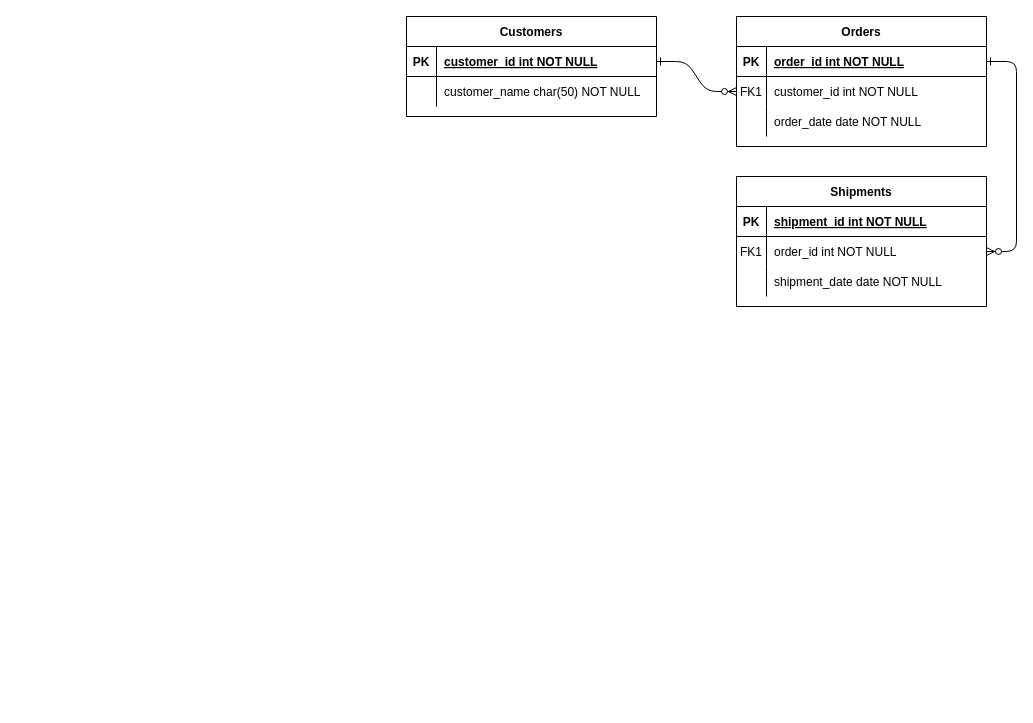
Earlier version of the draw.io diagram FeoeMaker.drawio (nachoProfesor/feoeMaker). Source tidied: cells renumbered, new cells numbered last; positions are measured from the earlier drawing's top-left corner, leaving out a move shared by most shapes. Both pictures are drawn from the tidied source at 100%, with x=0, y=0 at pixel (406, 16).
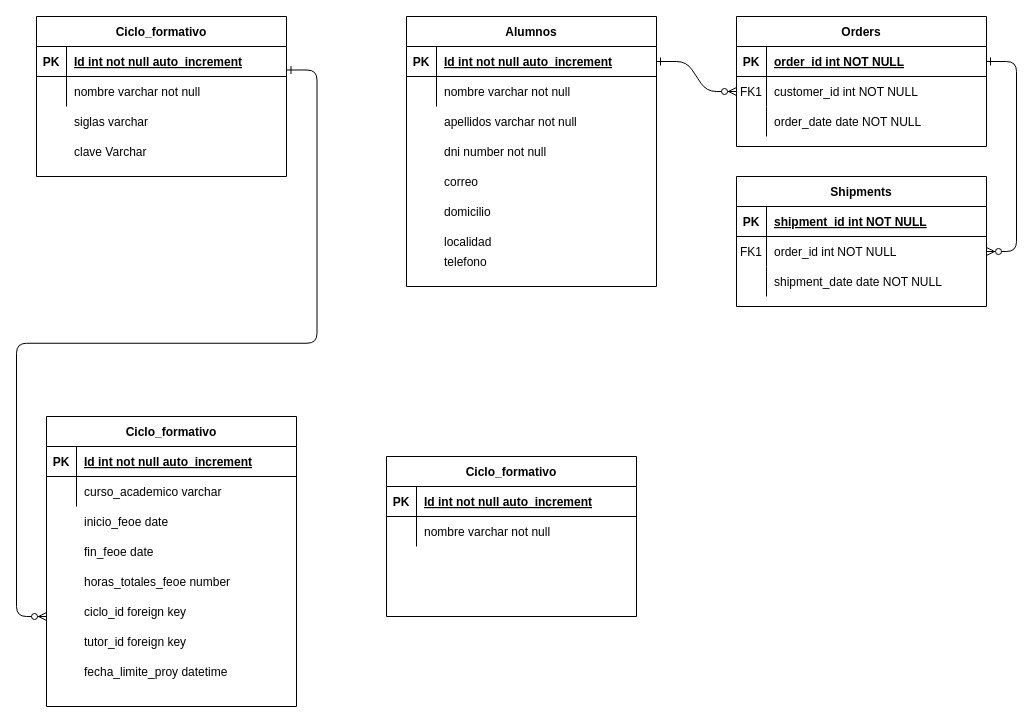
The same page after the edit.

Unchanged cells that the change refers to:
```xml
<mxCell id="25" style="shape=partialRectangle;fillColor=none;points=[[0,0.5],[1,0.5]];portConstraint=eastwest;top=0;left=0;right=0;bottom=1;" parent="24" vertex="1">
  <mxGeometry y="30" width="250" height="30" as="geometry" />
</mxCell>
<mxCell id="28" style="shape=partialRectangle;fillColor=none;top=0;left=0;right=0;bottom=0;" parent="24" vertex="1">
  <mxGeometry y="60" width="250" height="30" as="geometry" />
</mxCell>
```

What changed in the source:
```diff
@@
-    <mxCell id="24" value="Customers" style="shape=table;startSize=30;childLayout=tableLayout;rowLines=0;fontStyle=1;align=center;" parent="1" vertex="1">
-      <mxGeometry width="250" height="100" as="geometry" />
+    <mxCell id="24" value="Alumnos" style="shape=table;startSize=30;childLayout=tableLayout;rowLines=0;fontStyle=1;align=center;" parent="1" vertex="1">
+      <mxGeometry width="250" height="270" as="geometry" />
     </mxCell>
@@
-    <mxCell id="27" value="customer_id int NOT NULL " style="shape=partialRectangle;overflow=hidden;fillColor=none;top=0;left=0;bottom=0;right=0;align=left;spacingLeft=6;fontStyle=5;" parent="25" vertex="1">
+    <mxCell id="27" value="Id int not null auto_increment" style="shape=partialRectangle;overflow=hidden;fillColor=none;top=0;left=0;bottom=0;right=0;align=left;spacingLeft=6;fontStyle=5;" parent="25" vertex="1">
       <mxGeometry x="30" width="220" height="30" as="geometry" />
     </mxCell>
@@
-    <mxCell id="30" value="customer_name char(50) NOT NULL" style="shape=partialRectangle;overflow=hidden;fillColor=none;top=0;left=0;bottom=0;right=0;align=left;spacingLeft=6;" parent="28" vertex="1">
+    <mxCell id="30" value="nombre varchar not null" style="shape=partialRectangle;overflow=hidden;fillColor=none;top=0;left=0;bottom=0;right=0;align=left;spacingLeft=6;" parent="28" vertex="1">
       <mxGeometry x="30" width="220" height="30" as="geometry" />
     </mxCell>
+    <mxCell id="31" value="apellidos varchar not null" style="shape=partialRectangle;overflow=hidden;fillColor=none;top=0;left=0;bottom=0;right=0;align=left;spacingLeft=6;" parent="1" vertex="1">
+      <mxGeometry x="30" y="90" width="220" height="30" as="geometry" />
+    </mxCell>
+    <mxCell id="32" value="dni number not null" style="shape=partialRectangle;overflow=hidden;fillColor=none;top=0;left=0;bottom=0;right=0;align=left;spacingLeft=6;" parent="1" vertex="1">
+      <mxGeometry x="30" y="120" width="220" height="30" as="geometry" />
+    </mxCell>
+    <mxCell id="33" value="correo" style="shape=partialRectangle;overflow=hidden;fillColor=none;top=0;left=0;bottom=0;right=0;align=left;spacingLeft=6;" parent="1" vertex="1">
+      <mxGeometry x="30" y="150" width="220" height="30" as="geometry" />
+    </mxCell>
+    <mxCell id="34" value="domicilio" style="shape=partialRectangle;overflow=hidden;fillColor=none;top=0;left=0;bottom=0;right=0;align=left;spacingLeft=6;" parent="1" vertex="1">
+      <mxGeometry x="30" y="180" width="220" height="30" as="geometry" />
+    </mxCell>
+    <mxCell id="35" value="localidad" style="shape=partialRectangle;overflow=hidden;fillColor=none;top=0;left=0;bottom=0;right=0;align=left;spacingLeft=6;" parent="1" vertex="1">
+      <mxGeometry x="30" y="210" width="220" height="30" as="geometry" />
+    </mxCell>
+    <mxCell id="36" value="telefono" style="shape=partialRectangle;overflow=hidden;fillColor=none;top=0;left=0;bottom=0;right=0;align=left;spacingLeft=6;" parent="1" vertex="1">
+      <mxGeometry x="30" y="230" width="220" height="30" as="geometry" />
+    </mxCell>
+    <mxCell id="37" value="Ciclo_formativo" style="shape=table;startSize=30;childLayout=tableLayout;rowLines=0;fontStyle=1;align=center;" parent="1" vertex="1">
+      <mxGeometry x="-370" width="250" height="160" as="geometry" />
+    </mxCell>
+    <mxCell id="38" style="shape=partialRectangle;fillColor=none;points=[[0,0.5],[1,0.5]];portConstraint=eastwest;top=0;left=0;right=0;bottom=1;" parent="37" vertex="1">
+      <mxGeometry y="30" width="250" height="30" as="geometry" />
+    </mxCell>
+    <mxCell id="39" value="PK" style="shape=partialRectangle;overflow=hidden;fillColor=none;top=0;left=0;bottom=0;right=0;fontStyle=1;" parent="38" vertex="1">
+      <mxGeometry width="30" height="30" as="geometry" />
+    </mxCell>
+    <mxCell id="40" value="Id int not null auto_increment" style="shape=partialRectangle;overflow=hidden;fillColor=none;top=0;left=0;bottom=0;right=0;align=left;spacingLeft=6;fontStyle=5;" parent="38" vertex="1">
+      <mxGeometry x="30" width="220" height="30" as="geometry" />
+    </mxCell>
+    <mxCell id="41" style="shape=partialRectangle;fillColor=none;top=0;left=0;right=0;bottom=0;" parent="37" vertex="1">
+      <mxGeometry y="60" width="250" height="30" as="geometry" />
+    </mxCell>
+    <mxCell id="42" style="shape=partialRectangle;overflow=hidden;fillColor=none;top=0;left=0;bottom=0;right=0;" parent="41" vertex="1">
+      <mxGeometry width="30" height="30" as="geometry" />
+    </mxCell>
+    <mxCell id="43" value="nombre varchar not null" style="shape=partialRectangle;overflow=hidden;fillColor=none;top=0;left=0;bottom=0;right=0;align=left;spacingLeft=6;" parent="41" vertex="1">
+      <mxGeometry x="30" width="220" height="30" as="geometry" />
+    </mxCell>
+    <mxCell id="44" value="siglas varchar" style="shape=partialRectangle;overflow=hidden;fillColor=none;top=0;left=0;bottom=0;right=0;align=left;spacingLeft=6;" parent="1" vertex="1">
+      <mxGeometry x="-340" y="90" width="220" height="30" as="geometry" />
+    </mxCell>
+    <mxCell id="45" value="clave Varchar" style="shape=partialRectangle;overflow=hidden;fillColor=none;top=0;left=0;bottom=0;right=0;align=left;spacingLeft=6;" parent="1" vertex="1">
+      <mxGeometry x="-340" y="120" width="220" height="30" as="geometry" />
+    </mxCell>
+    <mxCell id="46" value="Ciclo_formativo" style="shape=table;startSize=30;childLayout=tableLayout;rowLines=0;fontStyle=1;align=center;" parent="1" vertex="1">
+      <mxGeometry x="-360" y="400" width="250" height="290" as="geometry" />
+    </mxCell>
+    <mxCell id="47" style="shape=partialRectangle;fillColor=none;top=0;left=0;right=0;bottom=1;" parent="46" vertex="1">
+      <mxGeometry y="30" width="250" height="30" as="geometry" />
+    </mxCell>
+    <mxCell id="48" value="PK" style="shape=partialRectangle;overflow=hidden;fillColor=none;top=0;left=0;bottom=0;right=0;fontStyle=1;" parent="47" vertex="1">
+      <mxGeometry width="30" height="30" as="geometry" />
+    </mxCell>
+    <mxCell id="49" value="Id int not null auto_increment" style="shape=partialRectangle;overflow=hidden;fillColor=none;top=0;left=0;bottom=0;right=0;align=left;spacingLeft=6;fontStyle=5;" parent="47" vertex="1">
+      <mxGeometry x="30" width="220" height="30" as="geometry" />
+    </mxCell>
+    <mxCell id="50" style="shape=partialRectangle;fillColor=none;top=0;left=0;right=0;bottom=0;" parent="46" vertex="1">
+      <mxGeometry y="60" width="250" height="30" as="geometry" />
+    </mxCell>
+    <mxCell id="51" style="shape=partialRectangle;overflow=hidden;fillColor=none;top=0;left=0;bottom=0;right=0;" parent="50" vertex="1">
+      <mxGeometry width="30" height="30" as="geometry" />
+    </mxCell>
+    <mxCell id="52" value="curso_academico varchar" style="shape=partialRectangle;overflow=hidden;fillColor=none;top=0;left=0;bottom=0;right=0;align=left;spacingLeft=6;" parent="50" vertex="1">
+      <mxGeometry x="30" width="220" height="30" as="geometry" />
+    </mxCell>
+    <mxCell id="53" value="inicio_feoe date" style="shape=partialRectangle;overflow=hidden;fillColor=none;top=0;left=0;bottom=0;right=0;align=left;spacingLeft=6;" parent="1" vertex="1">
+      <mxGeometry x="-330" y="490" width="220" height="30" as="geometry" />
+    </mxCell>
+    <mxCell id="54" value="fin_feoe date" style="shape=partialRectangle;overflow=hidden;fillColor=none;top=0;left=0;bottom=0;right=0;align=left;spacingLeft=6;" parent="1" vertex="1">
+      <mxGeometry x="-330" y="520" width="220" height="30" as="geometry" />
+    </mxCell>
+    <mxCell id="55" value="horas_totales_feoe number" style="shape=partialRectangle;overflow=hidden;fillColor=none;top=0;left=0;bottom=0;right=0;align=left;spacingLeft=6;" parent="1" vertex="1">
+      <mxGeometry x="-330" y="550" width="220" height="30" as="geometry" />
+    </mxCell>
+    <mxCell id="56" value="ciclo_id foreign key" style="shape=partialRectangle;overflow=hidden;fillColor=none;top=0;left=0;bottom=0;right=0;align=left;spacingLeft=6;" parent="1" vertex="1">
+      <mxGeometry x="-330" y="580" width="220" height="30" as="geometry" />
+    </mxCell>
+    <mxCell id="57" style="edgeStyle=entityRelationEdgeStyle;endArrow=ERzeroToMany;startArrow=ERone;endFill=1;startFill=0;exitX=1.002;exitY=0.783;exitDx=0;exitDy=0;exitPerimeter=0;" parent="1" edge="1" source="38">
+      <mxGeometry relative="1" as="geometry">
+        <mxPoint x="-360" y="600" as="targetPoint" />
+      </mxGeometry>
+    </mxCell>
+    <mxCell id="58" value="tutor_id foreign key" style="shape=partialRectangle;overflow=hidden;fillColor=none;top=0;left=0;bottom=0;right=0;align=left;spacingLeft=6;" parent="1" vertex="1">
+      <mxGeometry x="-330" y="610" width="220" height="30" as="geometry" />
+    </mxCell>
+    <mxCell id="59" value="fecha_limite_proy datetime" style="shape=partialRectangle;overflow=hidden;fillColor=none;top=0;left=0;bottom=0;right=0;align=left;spacingLeft=6;" parent="1" vertex="1">
+      <mxGeometry x="-330" y="640" width="220" height="30" as="geometry" />
+    </mxCell>
+    <mxCell id="60" value="Ciclo_formativo" style="shape=table;startSize=30;childLayout=tableLayout;rowLines=0;fontStyle=1;align=center;" parent="1" vertex="1">
+      <mxGeometry x="-20" y="440" width="250" height="160" as="geometry" />
+    </mxCell>
+    <mxCell id="61" style="shape=partialRectangle;fillColor=none;top=0;left=0;right=0;bottom=1;" parent="60" vertex="1">
+      <mxGeometry y="30" width="250" height="30" as="geometry" />
+    </mxCell>
+    <mxCell id="62" value="PK" style="shape=partialRectangle;overflow=hidden;fillColor=none;top=0;left=0;bottom=0;right=0;fontStyle=1;" parent="61" vertex="1">
+      <mxGeometry width="30" height="30" as="geometry" />
+    </mxCell>
+    <mxCell id="63" value="Id int not null auto_increment" style="shape=partialRectangle;overflow=hidden;fillColor=none;top=0;left=0;bottom=0;right=0;align=left;spacingLeft=6;fontStyle=5;" parent="61" vertex="1">
+      <mxGeometry x="30" width="220" height="30" as="geometry" />
+    </mxCell>
+    <mxCell id="64" style="shape=partialRectangle;fillColor=none;top=0;left=0;right=0;bottom=0;" parent="60" vertex="1">
+      <mxGeometry y="60" width="250" height="30" as="geometry" />
+    </mxCell>
+    <mxCell id="65" style="shape=partialRectangle;overflow=hidden;fillColor=none;top=0;left=0;bottom=0;right=0;" parent="64" vertex="1">
+      <mxGeometry width="30" height="30" as="geometry" />
+    </mxCell>
+    <mxCell id="66" value="nombre varchar not null" style="shape=partialRectangle;overflow=hidden;fillColor=none;top=0;left=0;bottom=0;right=0;align=left;spacingLeft=6;" parent="64" vertex="1">
+      <mxGeometry x="30" width="220" height="30" as="geometry" />
+    </mxCell>
```
